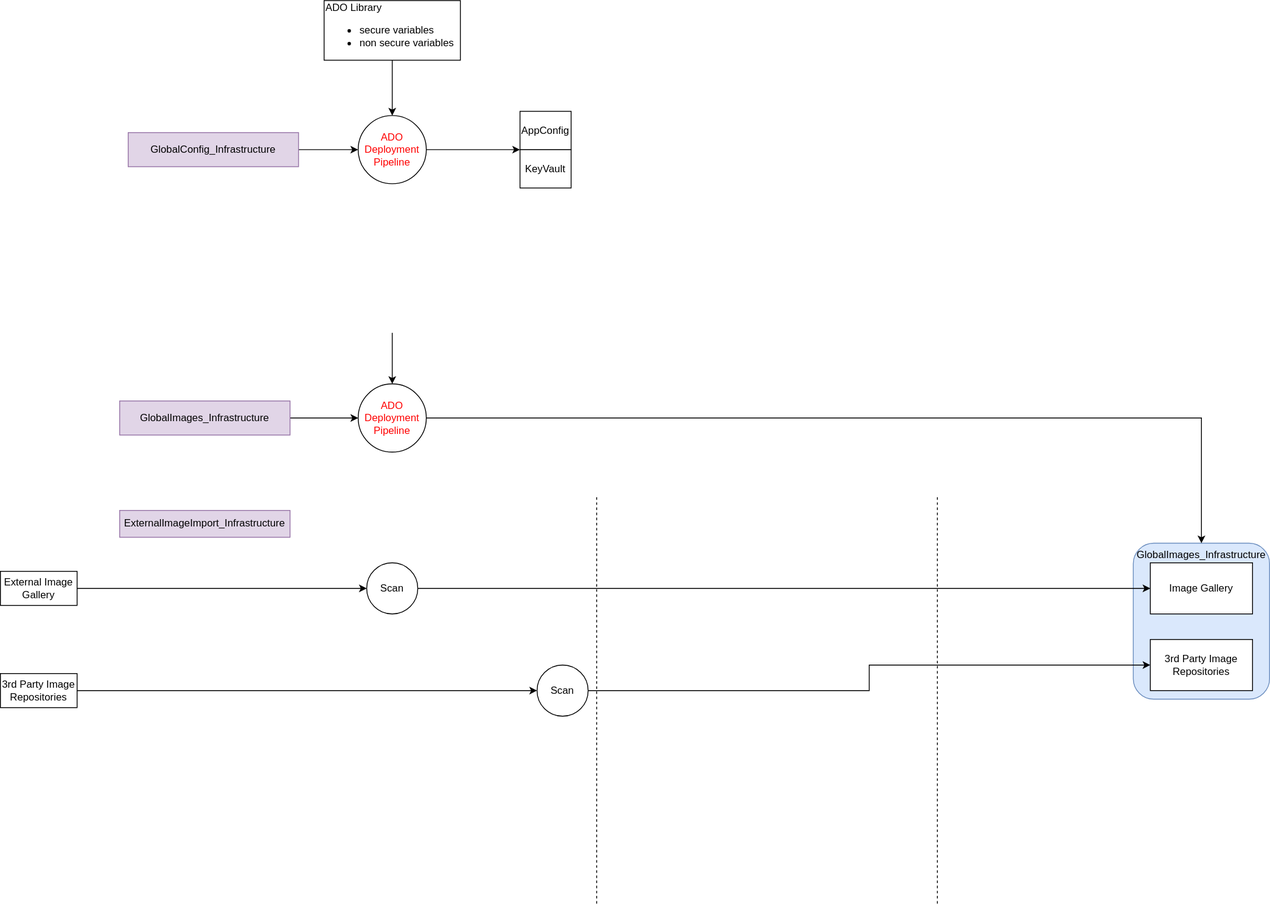
vjavle/invoicecloud keeps this draw.io diagram as infra/SecureInfrastructureRepoPipelines.svg. Above is the earlier version. Source tidied: cells renumbered, new cells last; positions are measured from the earlier drawing's top-left corner, leaving out a move shared by most shapes. Source of this version:
```xml
<mxGraphModel>
  <root>
    <mxCell id="0" />
    <mxCell id="1" parent="0" />
    <mxCell id="2" value="ExternalImageImport_Infrastructure" style="rounded=0;whiteSpace=wrap;html=1;verticalAlign=middle;fillColor=#e1d5e7;strokeColor=#9673a6;" parent="1" vertex="1">
      <mxGeometry x="140" y="598.5" width="200" height="31.5" as="geometry" />
    </mxCell>
    <mxCell id="3" value="GlobalImages_Infrastructure" style="rounded=1;whiteSpace=wrap;html=1;verticalAlign=top;fillColor=#dae8fc;strokeColor=#6c8ebf;" parent="1" vertex="1">
      <mxGeometry x="1330" y="637" width="160" height="183" as="geometry" />
    </mxCell>
    <mxCell id="4" style="edgeStyle=orthogonalEdgeStyle;rounded=0;jettySize=auto;html=1;fontColor=#FF0000;" parent="1" edge="1" source="5" target="13">
      <mxGeometry relative="1" as="geometry" />
    </mxCell>
    <mxCell id="5" value="External Image Gallery" style="rounded=0;whiteSpace=wrap;html=1;" parent="1" vertex="1">
      <mxGeometry y="670" width="90" height="40" as="geometry" />
    </mxCell>
    <mxCell id="6" style="edgeStyle=orthogonalEdgeStyle;rounded=0;jettySize=auto;html=1;" parent="1" edge="1" source="7" target="12">
      <mxGeometry relative="1" as="geometry" />
    </mxCell>
    <mxCell id="7" value="3rd Party Image Repositories" style="rounded=0;whiteSpace=wrap;html=1;" parent="1" vertex="1">
      <mxGeometry y="790" width="90" height="40" as="geometry" />
    </mxCell>
    <mxCell id="8" style="edgeStyle=orthogonalEdgeStyle;rounded=0;jettySize=auto;html=1;" parent="1" edge="1" target="9">
      <mxGeometry relative="1" as="geometry">
        <mxPoint x="430" y="690" as="sourcePoint" />
      </mxGeometry>
    </mxCell>
    <mxCell id="9" value="Image Gallery" style="rounded=0;whiteSpace=wrap;html=1;" parent="1" vertex="1">
      <mxGeometry x="1350" y="660" width="120" height="60" as="geometry" />
    </mxCell>
    <mxCell id="10" value="3rd Party Image Repositories" style="rounded=0;whiteSpace=wrap;html=1;" parent="1" vertex="1">
      <mxGeometry x="1350" y="750" width="120" height="60" as="geometry" />
    </mxCell>
    <mxCell id="11" style="edgeStyle=orthogonalEdgeStyle;rounded=0;jettySize=auto;html=1;" parent="1" edge="1" source="12" target="10">
      <mxGeometry relative="1" as="geometry" />
    </mxCell>
    <mxCell id="12" value="Scan" style="ellipse;whiteSpace=wrap;html=1;" parent="1" vertex="1">
      <mxGeometry x="630" y="780" width="60" height="60" as="geometry" />
    </mxCell>
    <mxCell id="13" value="Scan" style="ellipse;whiteSpace=wrap;html=1;" parent="1" vertex="1">
      <mxGeometry x="430" y="660" width="60" height="60" as="geometry" />
    </mxCell>
    <mxCell id="14" style="endArrow=none;html=1;rounded=0;dashed=1;" parent="1" edge="1">
      <mxGeometry relative="1" as="geometry">
        <mxPoint x="700" y="1060" as="sourcePoint" />
        <mxPoint x="700" y="580" as="targetPoint" />
      </mxGeometry>
    </mxCell>
    <mxCell id="15" style="endArrow=none;html=1;rounded=0;dashed=1;" parent="1" edge="1">
      <mxGeometry relative="1" as="geometry">
        <mxPoint x="1100" y="1060" as="sourcePoint" />
        <mxPoint x="1100" y="580" as="targetPoint" />
      </mxGeometry>
    </mxCell>
    <mxCell id="16" style="edgeStyle=orthogonalEdgeStyle;rounded=0;jettySize=auto;html=1;" parent="1" edge="1" source="17" target="19">
      <mxGeometry relative="1" as="geometry" />
    </mxCell>
    <mxCell id="17" value="GlobalImages_Infrastructure" style="rounded=0;whiteSpace=wrap;html=1;verticalAlign=middle;fillColor=#e1d5e7;strokeColor=#9673a6;" parent="1" vertex="1">
      <mxGeometry x="140" y="470" width="200" height="40" as="geometry" />
    </mxCell>
    <mxCell id="18" style="edgeStyle=orthogonalEdgeStyle;rounded=0;jettySize=auto;html=1;" parent="1" edge="1" source="19" target="3">
      <mxGeometry relative="1" as="geometry" />
    </mxCell>
    <mxCell id="19" value="ADO Deployment Pipeline" style="ellipse;whiteSpace=wrap;html=1;rounded=1;fontColor=#FF0000;" parent="1" vertex="1">
      <mxGeometry x="420" y="450" width="80" height="80" as="geometry" />
    </mxCell>
    <mxCell id="20" style="edgeStyle=orthogonalEdgeStyle;rounded=0;jettySize=auto;html=1;" parent="1" edge="1" target="19">
      <mxGeometry relative="1" as="geometry">
        <mxPoint x="460" y="390" as="sourcePoint" />
      </mxGeometry>
    </mxCell>
    <mxCell id="21" style="edgeStyle=orthogonalEdgeStyle;rounded=0;jettySize=auto;html=1;" parent="1" edge="1" source="22" target="26">
      <mxGeometry relative="1" as="geometry" />
    </mxCell>
    <mxCell id="22" value="GlobalConfig_Infrastructure" style="rounded=0;whiteSpace=wrap;html=1;verticalAlign=middle;fillColor=#e1d5e7;strokeColor=#9673a6;" parent="1" vertex="1">
      <mxGeometry x="150" y="155" width="200" height="40" as="geometry" />
    </mxCell>
    <mxCell id="23" style="edgeStyle=orthogonalEdgeStyle;rounded=0;jettySize=auto;html=1;entryX=0;entryY=0;entryDx=0;entryDy=0;" parent="1" edge="1" source="26" target="29">
      <mxGeometry relative="1" as="geometry">
        <Array as="points">
          <mxPoint x="590" y="175" />
          <mxPoint x="590" y="175" />
        </Array>
      </mxGeometry>
    </mxCell>
    <mxCell id="24" style="edgeStyle=orthogonalEdgeStyle;rounded=0;jettySize=auto;html=1;" parent="1" edge="1" source="25" target="26">
      <mxGeometry relative="1" as="geometry" />
    </mxCell>
    <mxCell id="25" value="ADO Library&lt;br&gt;&lt;ul&gt;&lt;li&gt;secure variables&lt;/li&gt;&lt;li&gt;non secure variables&lt;/li&gt;&lt;/ul&gt;" style="rounded=0;whiteSpace=wrap;html=1;align=left;" parent="1" vertex="1">
      <mxGeometry x="380" width="160" height="70" as="geometry" />
    </mxCell>
    <mxCell id="26" value="ADO Deployment Pipeline" style="ellipse;whiteSpace=wrap;html=1;rounded=1;fontColor=#FF0000;" parent="1" vertex="1">
      <mxGeometry x="420" y="135" width="80" height="80" as="geometry" />
    </mxCell>
    <mxCell id="27" style="group;" parent="1" vertex="1">
      <mxGeometry x="610" y="130" width="60" height="90" as="geometry" />
    </mxCell>
    <mxCell id="28" value="AppConfig" style="rounded=0;whiteSpace=wrap;html=1;" parent="27" vertex="1">
      <mxGeometry width="60" height="45" as="geometry" />
    </mxCell>
    <mxCell id="29" value="KeyVault" style="rounded=0;whiteSpace=wrap;html=1;" parent="27" vertex="1">
      <mxGeometry y="45" width="60" height="45" as="geometry" />
    </mxCell>
  </root>
</mxGraphModel>
```
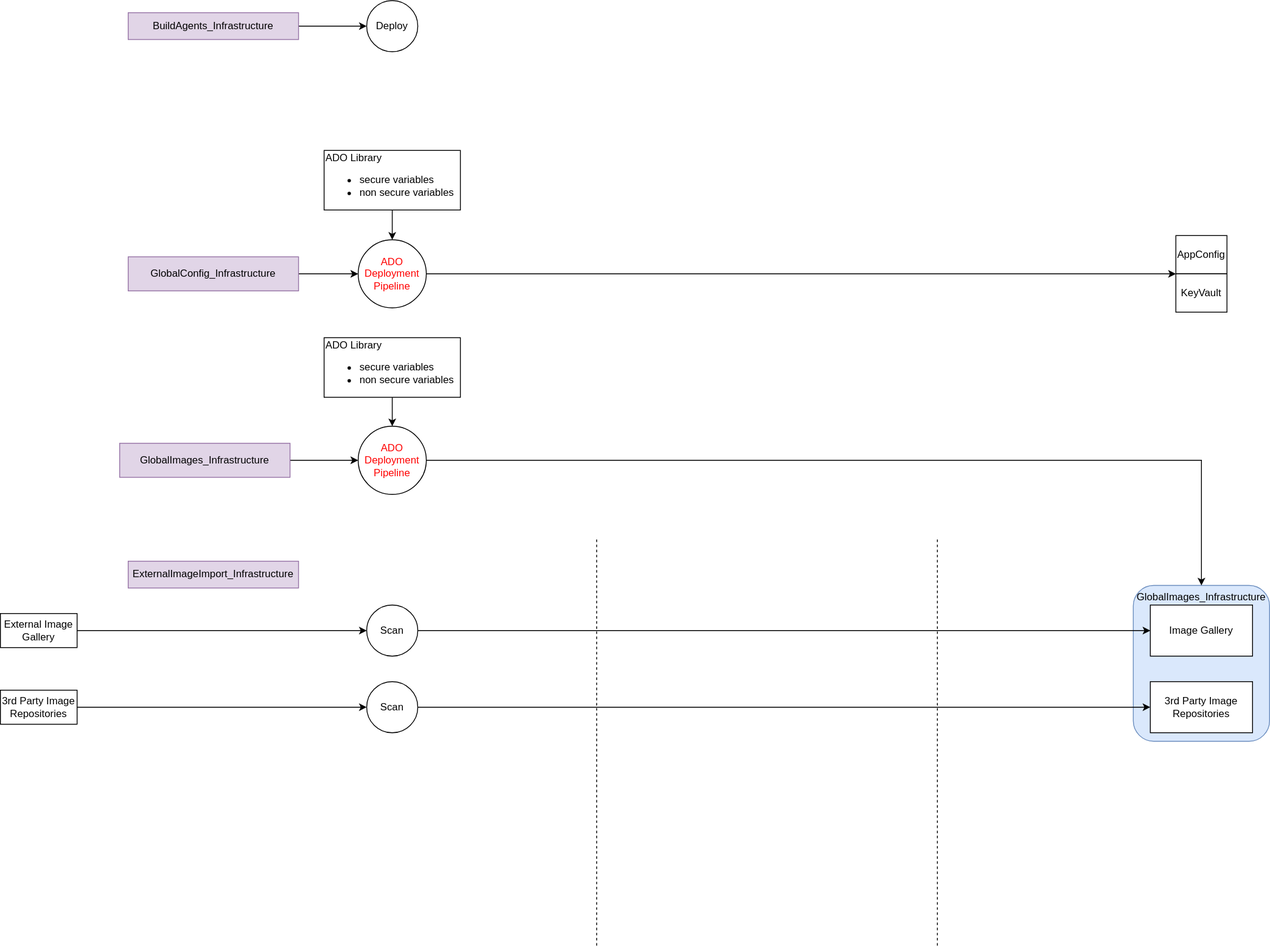
After the change.

Change to the diagram source:
```diff
@@ -2,8 +2,11 @@
   <root>
     <mxCell id="0" />
     <mxCell id="1" parent="0" />
+    <mxCell id="30" style="edgeStyle=orthogonalEdgeStyle;rounded=0;jettySize=auto;html=1;fontColor=#FF0000;" parent="1" edge="1" source="2" target="33">
+      <mxGeometry relative="1" as="geometry" />
+    </mxCell>
-    <mxCell id="2" value="ExternalImageImport_Infrastructure" style="rounded=0;whiteSpace=wrap;html=1;verticalAlign=middle;fillColor=#e1d5e7;strokeColor=#9673a6;" parent="1" vertex="1">
-      <mxGeometry x="140" y="598.5" width="200" height="31.5" as="geometry" />
+    <mxCell id="2" value="BuildAgents_Infrastructure" style="rounded=0;whiteSpace=wrap;html=1;verticalAlign=middle;fillColor=#e1d5e7;strokeColor=#9673a6;" parent="1" vertex="1">
+      <mxGeometry x="150" y="-35.8" width="200" height="31.5" as="geometry" />
     </mxCell>
     <mxCell id="3" value="GlobalImages_Infrastructure" style="rounded=1;whiteSpace=wrap;html=1;verticalAlign=top;fillColor=#dae8fc;strokeColor=#6c8ebf;" parent="1" vertex="1">
       <mxGeometry x="1330" y="637" width="160" height="183" as="geometry" />
@@ -18,7 +21,7 @@
       <mxGeometry relative="1" as="geometry" />
     </mxCell>
     <mxCell id="7" value="3rd Party Image Repositories" style="rounded=0;whiteSpace=wrap;html=1;" parent="1" vertex="1">
-      <mxGeometry y="790" width="90" height="40" as="geometry" />
+      <mxGeometry y="760" width="90" height="40" as="geometry" />
     </mxCell>
     <mxCell id="8" style="edgeStyle=orthogonalEdgeStyle;rounded=0;jettySize=auto;html=1;" parent="1" edge="1" target="9">
       <mxGeometry relative="1" as="geometry">
@@ -35,7 +38,7 @@
       <mxGeometry relative="1" as="geometry" />
     </mxCell>
     <mxCell id="12" value="Scan" style="ellipse;whiteSpace=wrap;html=1;" parent="1" vertex="1">
-      <mxGeometry x="630" y="780" width="60" height="60" as="geometry" />
+      <mxGeometry x="430" y="750" width="60" height="60" as="geometry" />
     </mxCell>
     <mxCell id="13" value="Scan" style="ellipse;whiteSpace=wrap;html=1;" parent="1" vertex="1">
       <mxGeometry x="430" y="660" width="60" height="60" as="geometry" />
@@ -64,22 +67,20 @@
     <mxCell id="19" value="ADO Deployment Pipeline" style="ellipse;whiteSpace=wrap;html=1;rounded=1;fontColor=#FF0000;" parent="1" vertex="1">
       <mxGeometry x="420" y="450" width="80" height="80" as="geometry" />
     </mxCell>
-    <mxCell id="20" style="edgeStyle=orthogonalEdgeStyle;rounded=0;jettySize=auto;html=1;" parent="1" edge="1" target="19">
-      <mxGeometry relative="1" as="geometry">
-        <mxPoint x="460" y="390" as="sourcePoint" />
-      </mxGeometry>
+    <mxCell id="20" style="edgeStyle=orthogonalEdgeStyle;rounded=0;jettySize=auto;html=1;" parent="1" edge="1" source="31" target="19">
+      <mxGeometry relative="1" as="geometry" />
     </mxCell>
     <mxCell id="21" style="edgeStyle=orthogonalEdgeStyle;rounded=0;jettySize=auto;html=1;" parent="1" edge="1" source="22" target="26">
       <mxGeometry relative="1" as="geometry" />
     </mxCell>
     <mxCell id="22" value="GlobalConfig_Infrastructure" style="rounded=0;whiteSpace=wrap;html=1;verticalAlign=middle;fillColor=#e1d5e7;strokeColor=#9673a6;" parent="1" vertex="1">
-      <mxGeometry x="150" y="155" width="200" height="40" as="geometry" />
+      <mxGeometry x="150" y="251" width="200" height="40" as="geometry" />
     </mxCell>
     <mxCell id="23" style="edgeStyle=orthogonalEdgeStyle;rounded=0;jettySize=auto;html=1;entryX=0;entryY=0;entryDx=0;entryDy=0;" parent="1" edge="1" source="26" target="29">
       <mxGeometry relative="1" as="geometry">
         <Array as="points">
-          <mxPoint x="590" y="175" />
-          <mxPoint x="590" y="175" />
+          <mxPoint x="590" y="271" />
+          <mxPoint x="590" y="271" />
         </Array>
       </mxGeometry>
     </mxCell>
@@ -87,13 +88,13 @@
       <mxGeometry relative="1" as="geometry" />
     </mxCell>
     <mxCell id="25" value="ADO Library&lt;br&gt;&lt;ul&gt;&lt;li&gt;secure variables&lt;/li&gt;&lt;li&gt;non secure variables&lt;/li&gt;&lt;/ul&gt;" style="rounded=0;whiteSpace=wrap;html=1;align=left;" parent="1" vertex="1">
-      <mxGeometry x="380" width="160" height="70" as="geometry" />
+      <mxGeometry x="380" y="126" width="160" height="70" as="geometry" />
     </mxCell>
     <mxCell id="26" value="ADO Deployment Pipeline" style="ellipse;whiteSpace=wrap;html=1;rounded=1;fontColor=#FF0000;" parent="1" vertex="1">
-      <mxGeometry x="420" y="135" width="80" height="80" as="geometry" />
+      <mxGeometry x="420" y="231" width="80" height="80" as="geometry" />
     </mxCell>
     <mxCell id="27" style="group;" parent="1" vertex="1">
-      <mxGeometry x="610" y="130" width="60" height="90" as="geometry" />
+      <mxGeometry x="1380" y="226" width="60" height="90" as="geometry" />
     </mxCell>
     <mxCell id="28" value="AppConfig" style="rounded=0;whiteSpace=wrap;html=1;" parent="27" vertex="1">
       <mxGeometry width="60" height="45" as="geometry" />
@@ -101,5 +102,14 @@
     <mxCell id="29" value="KeyVault" style="rounded=0;whiteSpace=wrap;html=1;" parent="27" vertex="1">
       <mxGeometry y="45" width="60" height="45" as="geometry" />
     </mxCell>
+    <mxCell id="31" value="ADO Library&lt;br&gt;&lt;ul&gt;&lt;li&gt;secure variables&lt;/li&gt;&lt;li&gt;non secure variables&lt;/li&gt;&lt;/ul&gt;" style="rounded=0;whiteSpace=wrap;html=1;align=left;" parent="1" vertex="1">
+      <mxGeometry x="380" y="346" width="160" height="70" as="geometry" />
+    </mxCell>
+    <mxCell id="32" value="ExternalImageImport_Infrastructure" style="rounded=0;whiteSpace=wrap;html=1;verticalAlign=middle;fillColor=#e1d5e7;strokeColor=#9673a6;" parent="1" vertex="1">
+      <mxGeometry x="150" y="608.5" width="200" height="31.5" as="geometry" />
+    </mxCell>
+    <mxCell id="33" value="Deploy" style="ellipse;whiteSpace=wrap;html=1;" parent="1" vertex="1">
+      <mxGeometry x="430" y="-50" width="60" height="60" as="geometry" />
+    </mxCell>
   </root>
 </mxGraphModel>
```
